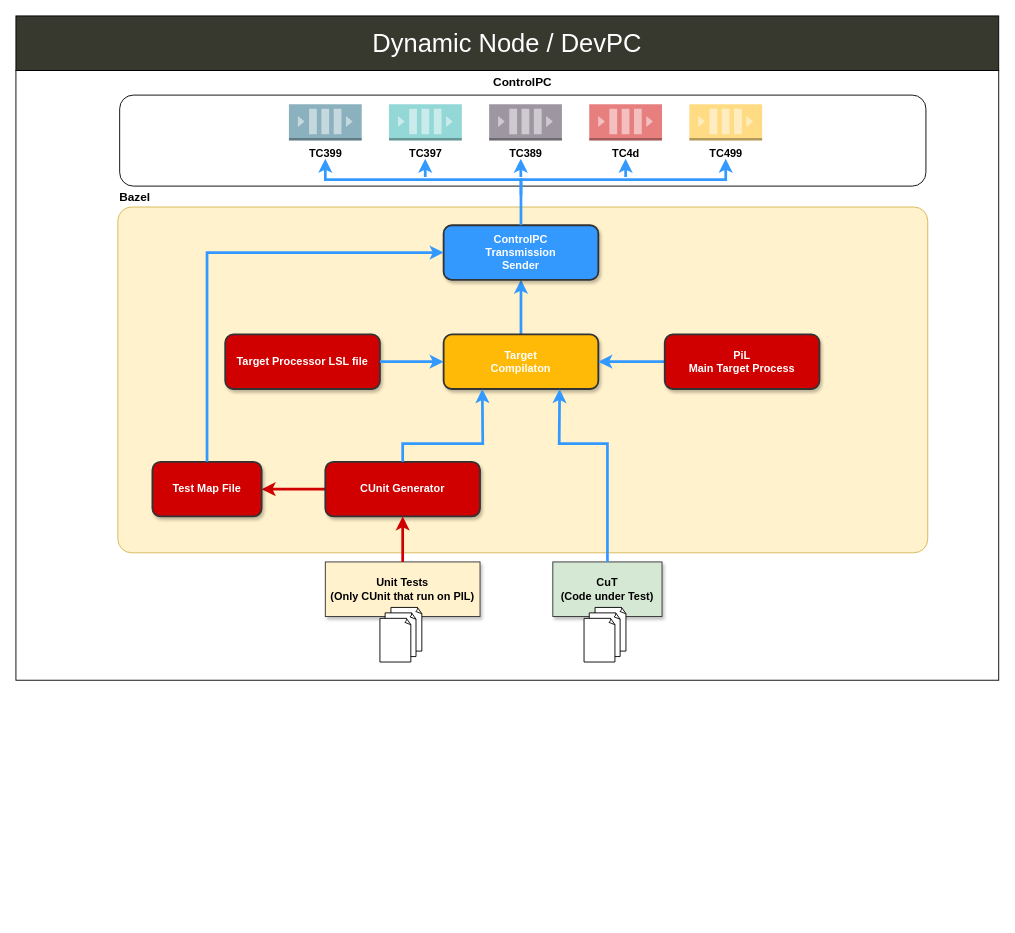
joaoaccardoso/diagrams-tests keeps this draw.io diagram as Untitled Diagram.drawio. Above is the earlier version. Source tidied: cells renumbered, new cells numbered last; positions are measured from the earlier drawing's top-left corner, leaving out a move shared by most shapes. Both pictures are drawn from the tidied source at 91%, with x=0, y=0 at pixel (15, 15).
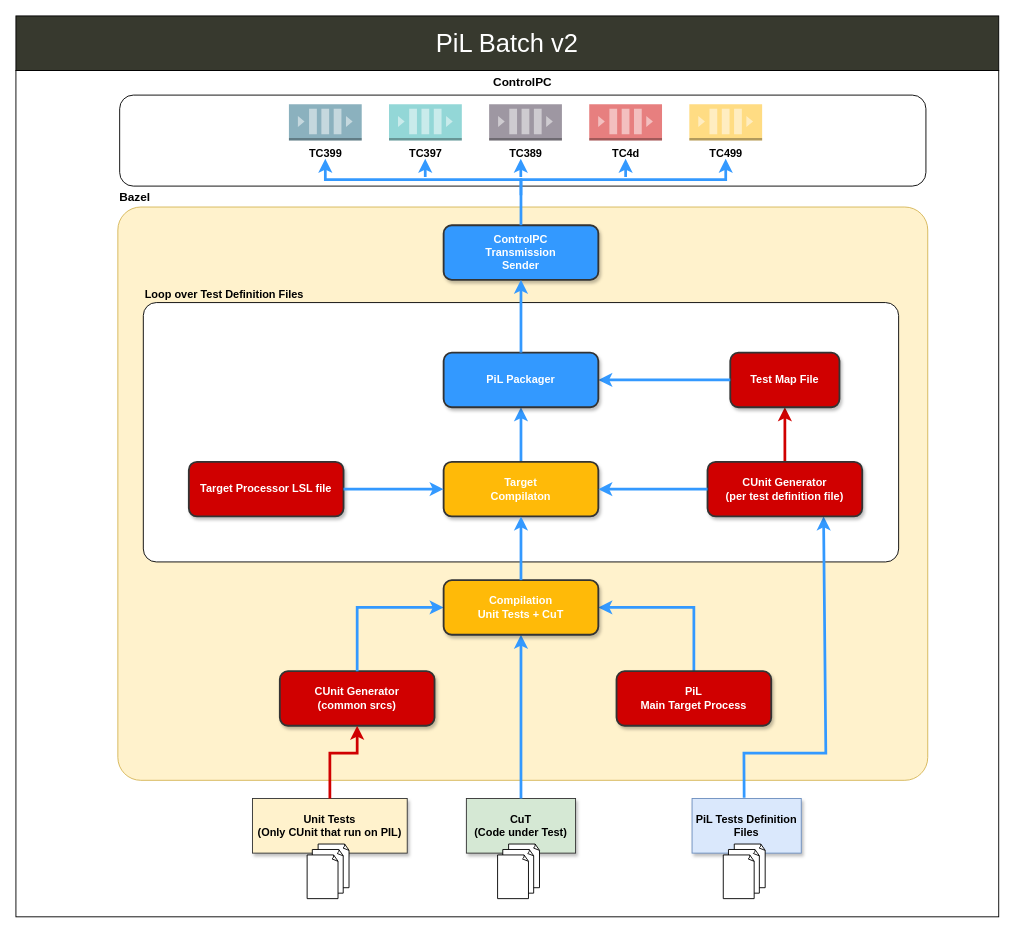
The same diagram, later.

Commit message:
Update PiL Batch v2.drawio

Unchanged cells that the change refers to:
```xml
<mxCell id="26" value="ControlPC&lt;br&gt;Transmission&lt;div&gt;Sender&lt;/div&gt;" style="whiteSpace=wrap;html=1;fillColor=#3399FF;strokeColor=#333333;fontColor=#ffffff;rounded=1;glass=0;strokeWidth=2;shadow=1;fontStyle=1;" parent="1" vertex="1">
  <mxGeometry x="470" y="230" width="170" height="60" as="geometry" />
</mxCell>
```

Diff of the diagram source:
```diff
@@
     <mxCell id="2" style="rounded=0;whiteSpace=wrap;html=1;" parent="1" vertex="1">
-      <mxGeometry y="60" width="1080" height="670" as="geometry" />
+      <mxGeometry y="60" width="1080" height="930" as="geometry" />
     </mxCell>
     <mxCell id="3" value="Bazel" style="rounded=1;whiteSpace=wrap;html=1;labelPosition=center;verticalLabelPosition=top;align=left;verticalAlign=bottom;fontStyle=1;arcSize=4;fontSize=13;fillColor=#fff2cc;strokeColor=#d6b656;" parent="1" vertex="1">
-      <mxGeometry x="112" y="210" width="890" height="380" as="geometry" />
+      <mxGeometry x="112" y="210" width="890" height="630" as="geometry" />
     </mxCell>
+    <mxCell id="40" value="Loop over Test Definition Files" style="rounded=1;whiteSpace=wrap;html=1;arcSize=5;align=left;verticalAlign=bottom;spacingTop=0;labelPosition=center;verticalLabelPosition=top;fontStyle=1;" parent="1" vertex="1">
+      <mxGeometry x="140" y="315" width="830" height="285" as="geometry" />
+    </mxCell>
@@
-    <mxCell id="5" value="Dynamic Node / DevPC" style="rounded=0;whiteSpace=wrap;html=1;fillColor=#37392E;fontSize=28;fontStyle=0;fontColor=#FFFFFF;" parent="1" vertex="1">
+    <mxCell id="5" value="PiL Batch v2" style="rounded=0;whiteSpace=wrap;html=1;fillColor=#37392E;fontSize=28;fontStyle=0;fontColor=#FFFFFF;" parent="1" vertex="1">
       <mxGeometry width="1080" height="60" as="geometry" />
     </mxCell>
     <mxCell id="6" value="Unit Tests&lt;div&gt;(Only CUnit that run on PIL)&lt;/div&gt;" style="rounded=0;whiteSpace=wrap;html=1;fillColor=#fff2cc;strokeColor=#333333;fontStyle=1;shadow=1;" parent="1" vertex="1">
-      <mxGeometry x="340" y="600" width="170" height="60" as="geometry" />
+      <mxGeometry x="260" y="860" width="170" height="60" as="geometry" />
     </mxCell>
     <mxCell id="7" value="CuT&lt;div&gt;(Code under Test)&lt;/div&gt;" style="rounded=0;whiteSpace=wrap;html=1;fillColor=#d5e8d4;strokeColor=#333333;fontStyle=1;shadow=1;" parent="1" vertex="1">
-      <mxGeometry x="590" y="600" width="120" height="60" as="geometry" />
+      <mxGeometry x="495" y="860" width="120" height="60" as="geometry" />
     </mxCell>
-    <mxCell id="8" style="edgeStyle=orthogonalEdgeStyle;rounded=0;jettySize=auto;html=1;strokeColor=#D00000;strokeWidth=3;align=center;verticalAlign=middle;fontFamily=Helvetica;fontSize=11;fontColor=default;labelBackgroundColor=default;endArrow=classic;flowAnimation=1;" parent="1" edge="1" source="9" target="10">
+    <mxCell id="8" style="edgeStyle=orthogonalEdgeStyle;rounded=0;jettySize=auto;html=1;strokeColor=#D00000;strokeWidth=3;align=center;verticalAlign=middle;fontFamily=Helvetica;fontSize=11;fontColor=default;labelBackgroundColor=default;endArrow=classic;flowAnimation=1;" parent="1" edge="1" source="48" target="10">
       <mxGeometry relative="1" as="geometry" />
     </mxCell>
-    <mxCell id="9" value="CUnit Generator" style="rounded=1;whiteSpace=wrap;html=1;fillColor=#D00000;fontColor=#ffffff;strokeColor=#333333;glass=0;strokeWidth=2;shadow=1;fontStyle=1;" parent="1" vertex="1">
-      <mxGeometry x="340" y="490" width="170" height="60" as="geometry" />
+    <mxCell id="9" value="CUnit Generator&lt;div&gt;(common srcs)&lt;/div&gt;" style="rounded=1;whiteSpace=wrap;html=1;fillColor=#D00000;fontColor=#ffffff;strokeColor=#333333;glass=0;strokeWidth=2;shadow=1;fontStyle=1;" parent="1" vertex="1">
+      <mxGeometry x="290" y="720" width="170" height="60" as="geometry" />
     </mxCell>
     <mxCell id="10" value="Test Map File" style="whiteSpace=wrap;html=1;rounded=1;shadow=1;glass=0;strokeColor=#333333;strokeWidth=2;align=center;verticalAlign=middle;fontFamily=Helvetica;fontSize=12;fontColor=#ffffff;fillColor=#D00000;fontStyle=1;" parent="1" vertex="1">
-      <mxGeometry x="150" y="490" width="120" height="60" as="geometry" />
+      <mxGeometry x="785" y="370" width="120" height="60" as="geometry" />
     </mxCell>
     <mxCell id="11" style="group;" parent="1" vertex="1">
-      <mxGeometry x="400" y="650" width="51.4" height="60" as="geometry" />
+      <mxGeometry x="320" y="910" width="51.4" height="60" as="geometry" />
     </mxCell>
@@
     <mxCell id="15" style="endArrow=classic;html=1;rounded=0;entryX=0.5;entryY=1;entryDx=0;entryDy=0;exitX=0.5;exitY=0;exitDx=0;exitDy=0;strokeWidth=3;strokeColor=#D00000;flowAnimation=1;" parent="1" edge="1" source="6" target="9">
-      <mxGeometry relative="1" as="geometry" />
+      <mxGeometry relative="1" as="geometry">
+        <Array as="points">
+          <mxPoint x="345" y="810" />
+          <mxPoint x="375" y="810" />
+        </Array>
+      </mxGeometry>
     </mxCell>
     <mxCell id="16" style="group;" parent="1" vertex="1">
-      <mxGeometry x="624.3" y="650" width="51.4" height="60" as="geometry" />
+      <mxGeometry x="529.3" y="910" width="51.4" height="60" as="geometry" />
     </mxCell>
@@
-    <mxCell id="20" style="edgeStyle=orthogonalEdgeStyle;rounded=0;jettySize=auto;html=1;fontFamily=Helvetica;fontSize=11;fontColor=default;strokeColor=#3399FF;strokeWidth=3;align=center;verticalAlign=middle;labelBackgroundColor=default;endArrow=classic;flowAnimation=1;" parent="1" edge="1" source="21" target="26">
+    <mxCell id="20" style="edgeStyle=orthogonalEdgeStyle;rounded=0;jettySize=auto;html=1;fontFamily=Helvetica;fontSize=11;fontColor=default;strokeColor=#3399FF;strokeWidth=3;align=center;verticalAlign=middle;labelBackgroundColor=default;endArrow=classic;flowAnimation=1;entryX=0.5;entryY=1;entryDx=0;entryDy=0;" parent="1" edge="1" source="21" target="49">
       <mxGeometry relative="1" as="geometry" />
     </mxCell>
     <mxCell id="21" value="Target&lt;div&gt;Compilaton&lt;/div&gt;" style="rounded=1;whiteSpace=wrap;html=1;fillColor=#FFBA08;fontColor=#ffffff;strokeColor=#333333;glass=0;strokeWidth=2;shadow=1;fontStyle=1;" parent="1" vertex="1">
-      <mxGeometry x="470" y="350" width="170" height="60" as="geometry" />
+      <mxGeometry x="470" y="490" width="170" height="60" as="geometry" />
     </mxCell>
-    <mxCell id="22" style="endArrow=classic;html=1;rounded=0;exitX=0.5;exitY=0;exitDx=0;exitDy=0;strokeWidth=3;strokeColor=#3399FF;flowAnimation=1;entryX=0.25;entryY=1;entryDx=0;entryDy=0;" parent="1" edge="1" source="9" target="21">
+    <mxCell id="22" style="endArrow=classic;html=1;rounded=0;exitX=0.5;exitY=0;exitDx=0;exitDy=0;strokeWidth=3;strokeColor=#3399FF;flowAnimation=1;entryX=0;entryY=0.5;entryDx=0;entryDy=0;" parent="1" edge="1" source="9" target="47">
       <mxGeometry relative="1" as="geometry">
         <Array as="points">
-          <mxPoint x="425" y="470" />
-          <mxPoint x="513" y="470" />
+          <mxPoint x="375" y="650" />
         </Array>
       </mxGeometry>
     </mxCell>
-    <mxCell id="23" style="endArrow=classic;html=1;rounded=0;exitX=0.5;exitY=0;exitDx=0;exitDy=0;strokeWidth=3;strokeColor=#3399FF;flowAnimation=1;entryX=0.75;entryY=1;entryDx=0;entryDy=0;" parent="1" edge="1" source="7" target="21">
-      <mxGeometry relative="1" as="geometry">
-        <Array as="points">
-          <mxPoint x="650" y="470" />
-          <mxPoint x="597" y="470" />
-        </Array>
-      </mxGeometry>
+    <mxCell id="23" style="endArrow=classic;html=1;rounded=0;exitX=0.5;exitY=0;exitDx=0;exitDy=0;strokeWidth=3;strokeColor=#3399FF;flowAnimation=1;entryX=0.5;entryY=1;entryDx=0;entryDy=0;" parent="1" edge="1" source="7" target="47">
+      <mxGeometry relative="1" as="geometry" />
     </mxCell>
-    <mxCell id="24" style="edgeStyle=orthogonalEdgeStyle;rounded=0;jettySize=auto;html=1;fontFamily=Helvetica;fontSize=11;fontColor=default;strokeColor=#3399FF;strokeWidth=3;align=center;verticalAlign=middle;labelBackgroundColor=default;endArrow=classic;flowAnimation=1;" parent="1" edge="1" source="25" target="21">
+    <mxCell id="24" style="edgeStyle=orthogonalEdgeStyle;rounded=0;jettySize=auto;html=1;fontFamily=Helvetica;fontSize=11;fontColor=default;strokeColor=#3399FF;strokeWidth=3;align=center;verticalAlign=middle;labelBackgroundColor=default;endArrow=classic;flowAnimation=1;entryX=1;entryY=0.5;entryDx=0;entryDy=0;exitX=0.5;exitY=0;exitDx=0;exitDy=0;" parent="1" edge="1" source="25" target="47">
       <mxGeometry relative="1" as="geometry" />
     </mxCell>
     <mxCell id="25" value="&lt;div&gt;PiL&lt;/div&gt;Main Target Process" style="rounded=1;whiteSpace=wrap;html=1;fillColor=#D00000;fontColor=#ffffff;strokeColor=#333333;glass=0;strokeWidth=2;shadow=1;fontStyle=1;" parent="1" vertex="1">
-      <mxGeometry x="713" y="350" width="170" height="60" as="geometry" />
+      <mxGeometry x="660" y="720" width="170" height="60" as="geometry" />
     </mxCell>
@@
-    <mxCell id="37" style="endArrow=classic;html=1;rounded=0;exitX=0.5;exitY=0;exitDx=0;exitDy=0;strokeWidth=3;strokeColor=#3399FF;flowAnimation=1;entryX=0;entryY=0.5;entryDx=0;entryDy=0;" parent="1" edge="1" source="10" target="26">
-      <mxGeometry relative="1" as="geometry">
-        <Array as="points">
-          <mxPoint x="210" y="260" />
-        </Array>
-      </mxGeometry>
+    <mxCell id="37" style="endArrow=classic;html=1;rounded=0;exitX=0;exitY=0.5;exitDx=0;exitDy=0;strokeWidth=3;strokeColor=#3399FF;flowAnimation=1;entryX=1;entryY=0.5;entryDx=0;entryDy=0;" parent="1" edge="1" source="10" target="49">
+      <mxGeometry relative="1" as="geometry" />
     </mxCell>
     <mxCell id="38" value="&lt;div&gt;Target Processor LSL file&lt;/div&gt;" style="rounded=1;whiteSpace=wrap;html=1;fillColor=#D00000;fontColor=#ffffff;strokeColor=#333333;glass=0;strokeWidth=2;shadow=1;fontStyle=1;" parent="1" vertex="1">
-      <mxGeometry x="230" y="350" width="170" height="60" as="geometry" />
+      <mxGeometry x="190" y="490" width="170" height="60" as="geometry" />
     </mxCell>
@@
+    <mxCell id="41" value="PiL Tests Definition&lt;div&gt;Files&lt;/div&gt;" style="rounded=0;whiteSpace=wrap;html=1;fillColor=#dae8fc;strokeColor=#6c8ebf;fontStyle=1;shadow=1;" parent="1" vertex="1">
+      <mxGeometry x="743" y="860" width="120" height="60" as="geometry" />
+    </mxCell>
+    <mxCell id="42" style="group;" parent="1" vertex="1">
+      <mxGeometry x="777.3" y="910" width="51.4" height="60" as="geometry" />
+    </mxCell>
+    <mxCell id="43" style="whiteSpace=wrap;html=1;shape=mxgraph.basic.document;" parent="42" vertex="1">
+      <mxGeometry x="12.1" width="34.3" height="48" as="geometry" />
+    </mxCell>
+    <mxCell id="44" style="whiteSpace=wrap;html=1;shape=mxgraph.basic.document;" parent="42" vertex="1">
+      <mxGeometry x="5.7" y="6" width="34.3" height="48" as="geometry" />
+    </mxCell>
+    <mxCell id="45" style="whiteSpace=wrap;html=1;shape=mxgraph.basic.document;" parent="42" vertex="1">
+      <mxGeometry y="12" width="34.3" height="48" as="geometry" />
+    </mxCell>
+    <mxCell id="46" style="endArrow=classic;html=1;rounded=0;strokeWidth=3;strokeColor=#3399FF;flowAnimation=1;exitX=0.477;exitY=-0.014;exitDx=0;exitDy=0;entryX=0.75;entryY=1;entryDx=0;entryDy=0;exitPerimeter=0;" parent="1" edge="1" source="41" target="48">
+      <mxGeometry relative="1" as="geometry">
+        <Array as="points">
+          <mxPoint x="800" y="810" />
+          <mxPoint x="890" y="810" />
+        </Array>
+      </mxGeometry>
+    </mxCell>
+    <mxCell id="47" value="Compilation&lt;br&gt;&lt;div&gt;Unit Tests + CuT&lt;/div&gt;" style="rounded=1;whiteSpace=wrap;html=1;fillColor=#FFBA08;fontColor=#ffffff;strokeColor=#333333;glass=0;strokeWidth=2;shadow=1;fontStyle=1;" parent="1" vertex="1">
+      <mxGeometry x="470" y="620" width="170" height="60" as="geometry" />
+    </mxCell>
+    <mxCell id="48" value="CUnit Generator&lt;div&gt;(per test definition file)&lt;/div&gt;" style="rounded=1;whiteSpace=wrap;html=1;fillColor=#D00000;fontColor=#ffffff;strokeColor=#333333;glass=0;strokeWidth=2;shadow=1;fontStyle=1;" parent="1" vertex="1">
+      <mxGeometry x="760" y="490" width="170" height="60" as="geometry" />
+    </mxCell>
+    <mxCell id="49" value="PiL Packager" style="rounded=1;whiteSpace=wrap;html=1;fillColor=#3399FF;strokeColor=#333333;glass=0;strokeWidth=2;shadow=1;fontStyle=1;fontColor=#FFFFFF;" parent="1" vertex="1">
+      <mxGeometry x="470" y="370" width="170" height="60" as="geometry" />
+    </mxCell>
+    <mxCell id="50" style="edgeStyle=orthogonalEdgeStyle;rounded=0;jettySize=auto;html=1;fontFamily=Helvetica;fontSize=11;fontColor=default;strokeColor=#3399FF;strokeWidth=3;align=center;verticalAlign=middle;labelBackgroundColor=default;endArrow=classic;flowAnimation=1;entryX=0.5;entryY=1;entryDx=0;entryDy=0;exitX=0.5;exitY=0;exitDx=0;exitDy=0;" parent="1" edge="1" source="49" target="26">
+      <mxGeometry relative="1" as="geometry" />
+    </mxCell>
+    <mxCell id="51" style="endArrow=classic;html=1;rounded=0;exitX=0.5;exitY=0;exitDx=0;exitDy=0;strokeWidth=3;strokeColor=#3399FF;flowAnimation=1;entryX=0.5;entryY=1;entryDx=0;entryDy=0;" parent="1" edge="1" source="47" target="21">
+      <mxGeometry relative="1" as="geometry" />
+    </mxCell>
+    <mxCell id="52" style="edgeStyle=orthogonalEdgeStyle;rounded=0;jettySize=auto;html=1;fontFamily=Helvetica;fontSize=11;fontColor=default;strokeColor=#3399FF;strokeWidth=3;align=center;verticalAlign=middle;labelBackgroundColor=default;endArrow=classic;flowAnimation=1;exitX=0;exitY=0.5;exitDx=0;exitDy=0;entryX=1;entryY=0.5;entryDx=0;entryDy=0;" parent="1" edge="1" source="48" target="21">
+      <mxGeometry relative="1" as="geometry" />
+    </mxCell>
```
